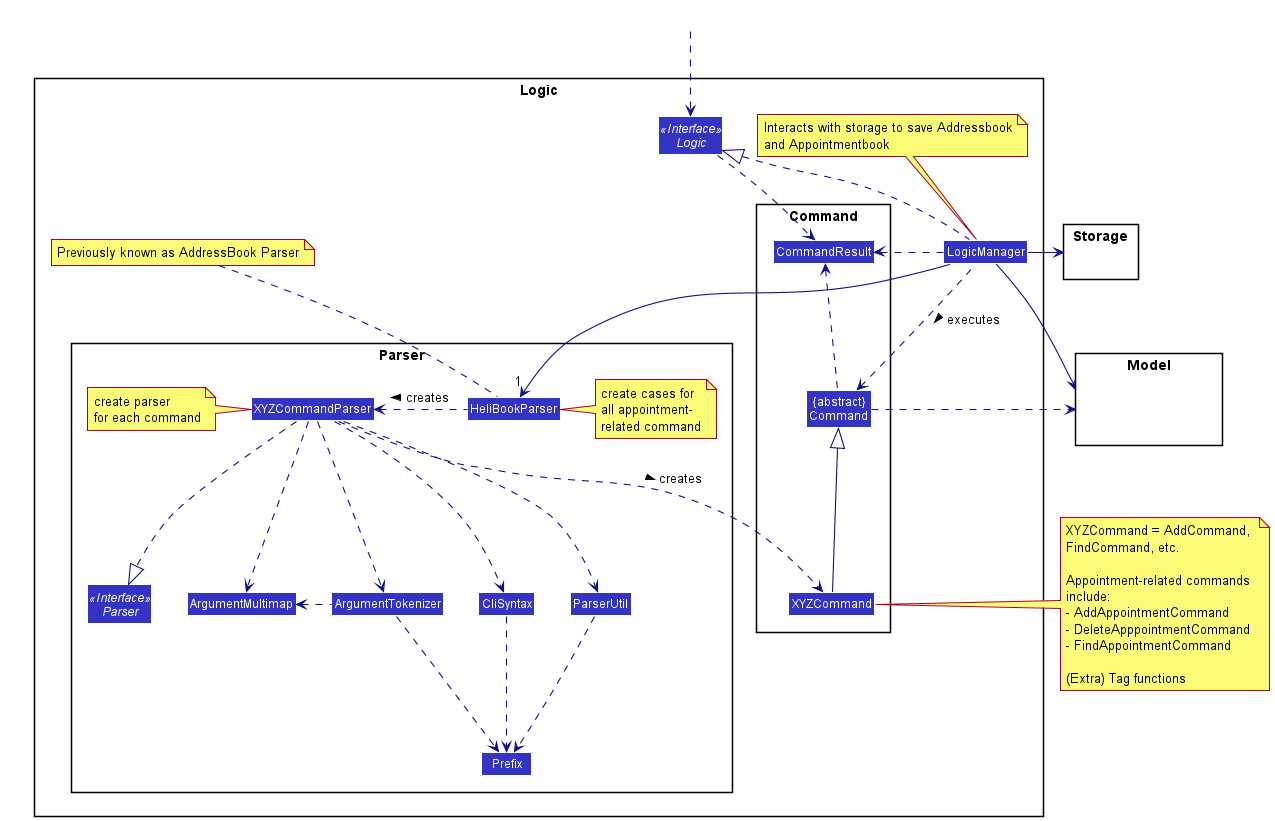
nus-cs2103-AY2021S2/tp keeps this PlantUML diagram as docs/images/AppointmentWithLogicClassDiagram.png. Above is the earlier version.
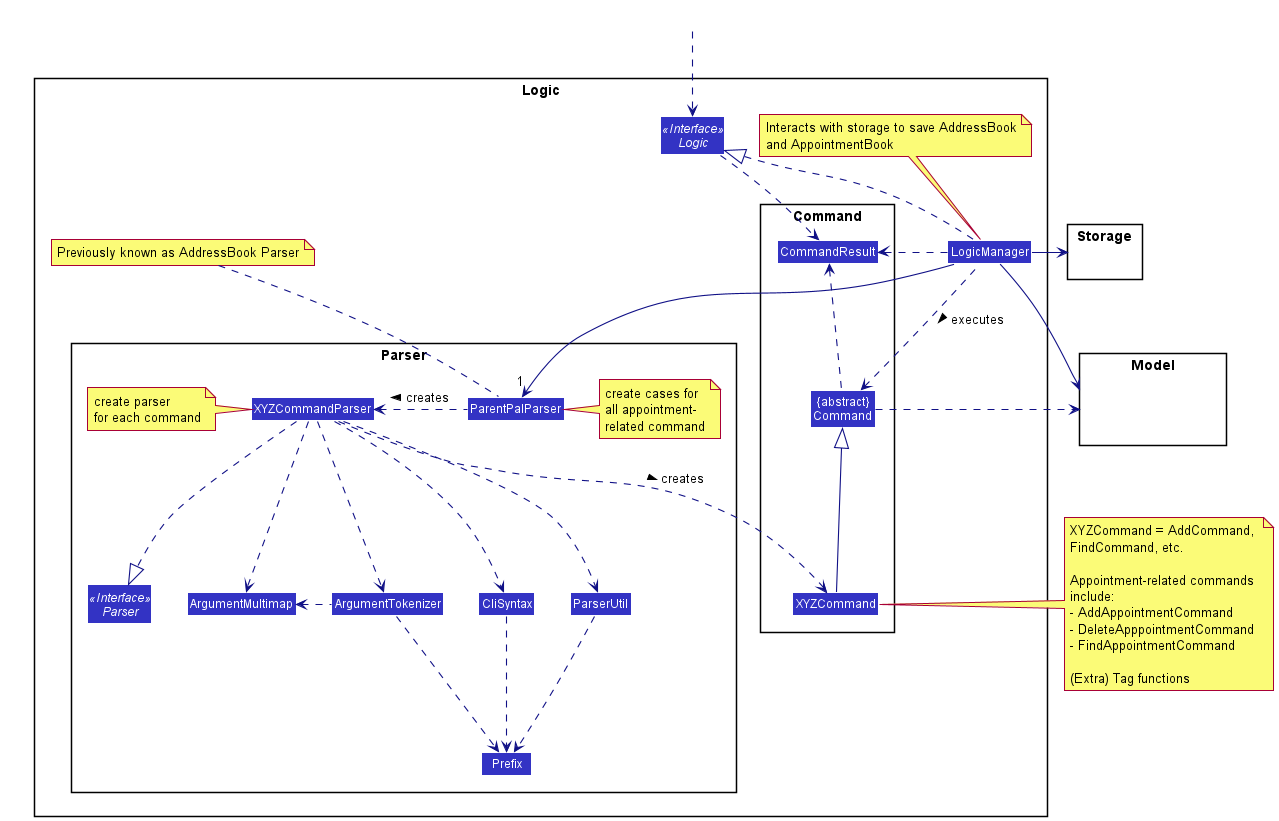
Above is the later version.

Change to the diagram source:
```diff
@@ -8,19 +8,19 @@
 
 package Parser {
 Interface Parser <<Interface>>
-Class HeliBookParser
+Class ParentPalParser
 Class XYZCommandParser
 Class CliSyntax
 Class ParserUtil
 Class ArgumentMultimap
 Class ArgumentTokenizer
 Class Prefix
-note right of HeliBookParser: create cases for\nall appointment-\nrelated command
+note right of ParentPalParser: create cases for\nall appointment-\nrelated command
 note left of XYZCommandParser: create parser\nfor each command
 }
 
-note top of LogicManager: Interacts with storage to save Addressbook\nand Appointmentbook
-note top of HeliBookParser: Previously known as AddressBook Parser
+note top of LogicManager: Interacts with storage to save AddressBook\nand AppointmentBook
+note top of ParentPalParser: Previously known as AddressBook Parser
 package Command {
 Class XYZCommand
 Class CommandResult
@@ -43,8 +43,8 @@
 HiddenOutside ..> Logic
 
 LogicManager .up.|> Logic
-LogicManager -->"1" HeliBookParser
-HeliBookParser .left.> XYZCommandParser: creates >
+LogicManager -->"1" ParentPalParser
+ParentPalParser .left.> XYZCommandParser: creates >
 
 XYZCommandParser ..> XYZCommand : creates >
 XYZCommandParser ..|> Parser
```
